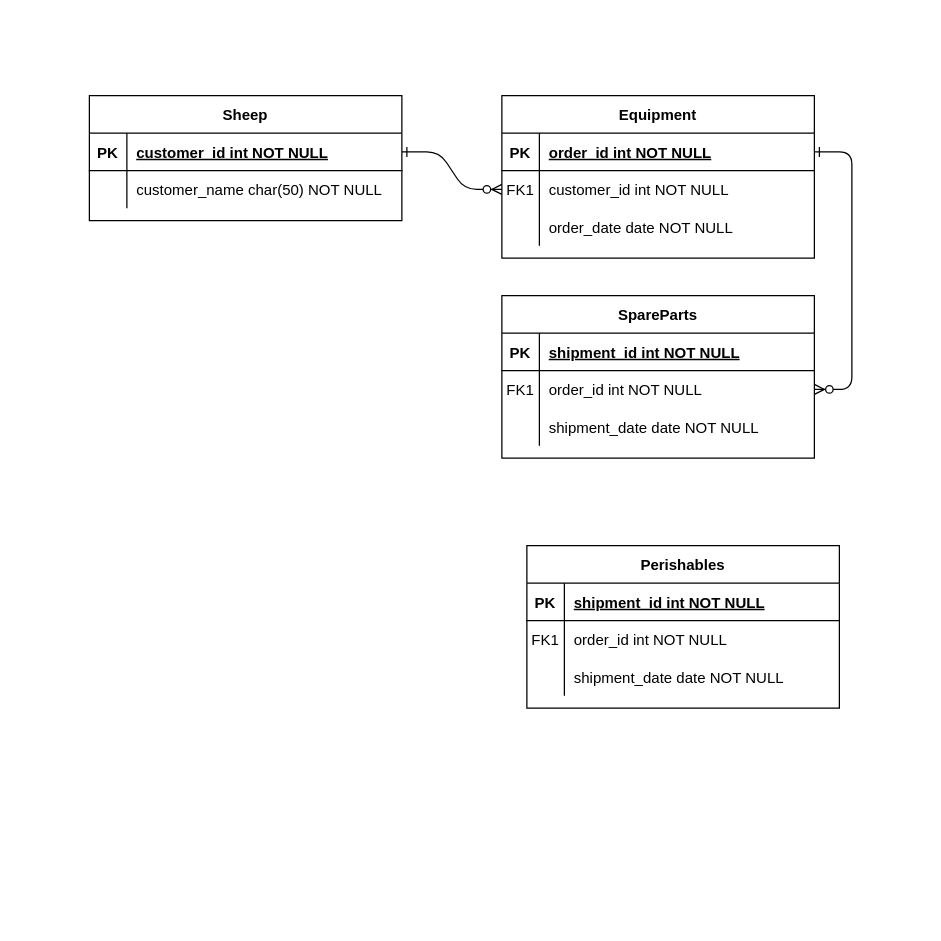
dariusjs/sheepfarm keeps this draw.io diagram as architecture/SheepFarm.drawio. Above is the earlier version. Source tidied: cells renumbered, new cells numbered last; positions are measured from the earlier drawing's top-left corner, leaving out a move shared by most shapes. Both pictures are drawn from the tidied source at 125%, with x=0, y=0 at pixel (89, 95).
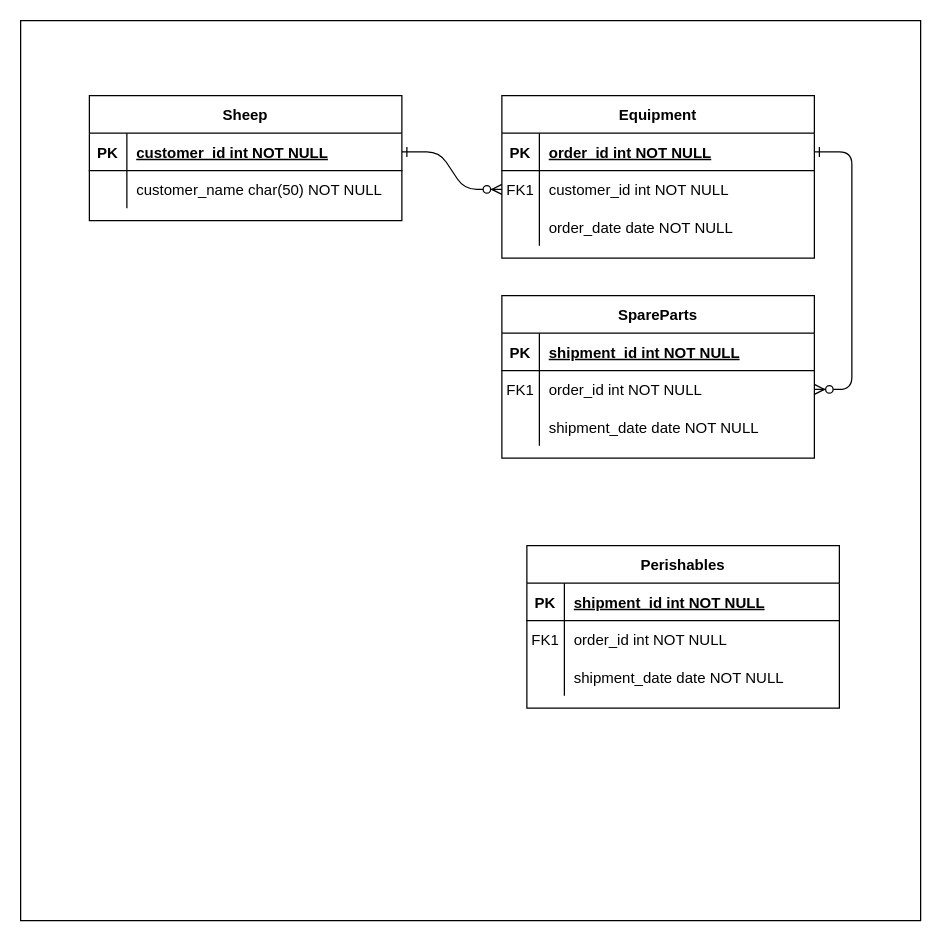
The same diagram, later.

Diff of the diagram source:
```diff
@@
+    <mxCell id="41" style="whiteSpace=wrap;html=1;" parent="1" vertex="1">
+      <mxGeometry x="-55" y="-60" width="720" height="720" as="geometry" />
+    </mxCell>
```
